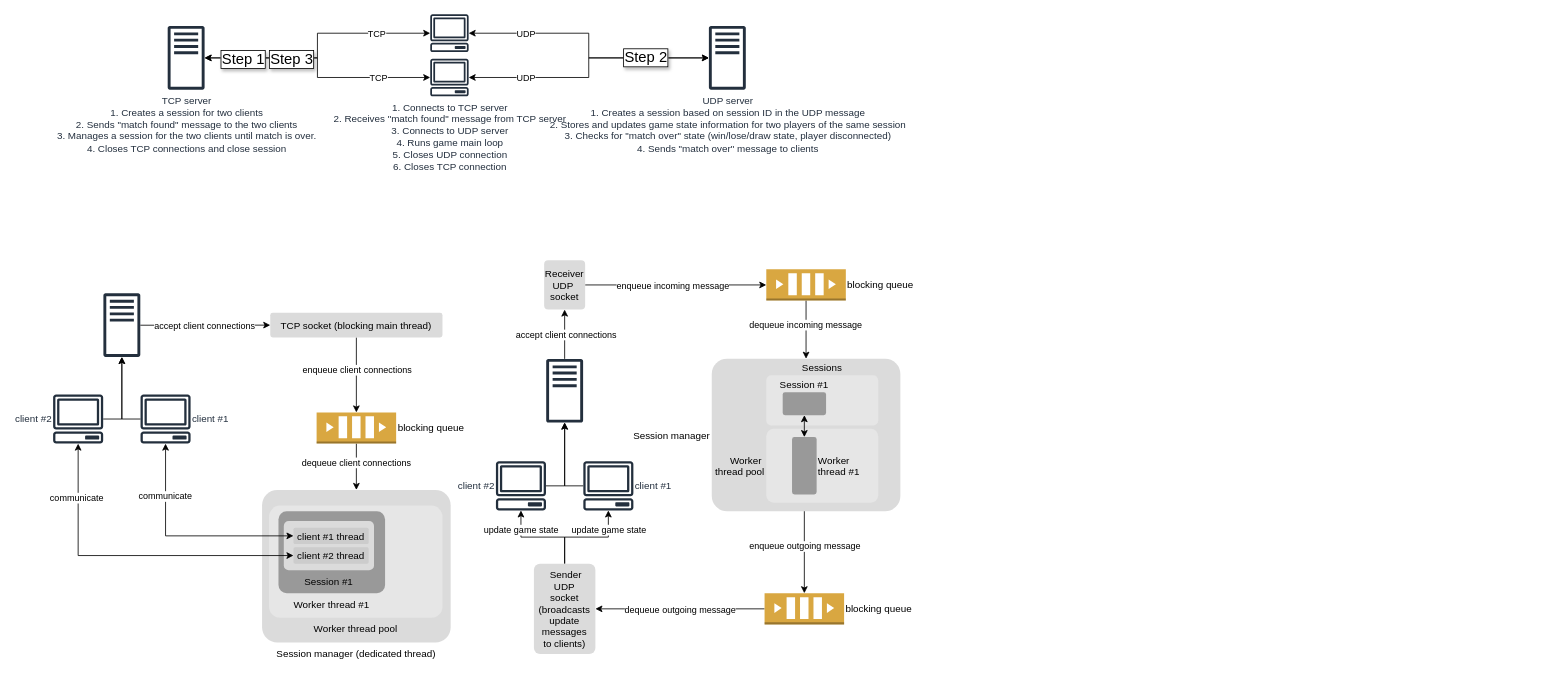
This is design.drawio from GUNH003/turbo-disco, a draw.io file, before an edit. Source tidied: cells renumbered, new cells numbered last; positions are measured from the earlier drawing's top-left corner, leaving out a move shared by most shapes. Both pictures are drawn from the tidied source at 82%, with x=0, y=0 at pixel (52, 14).
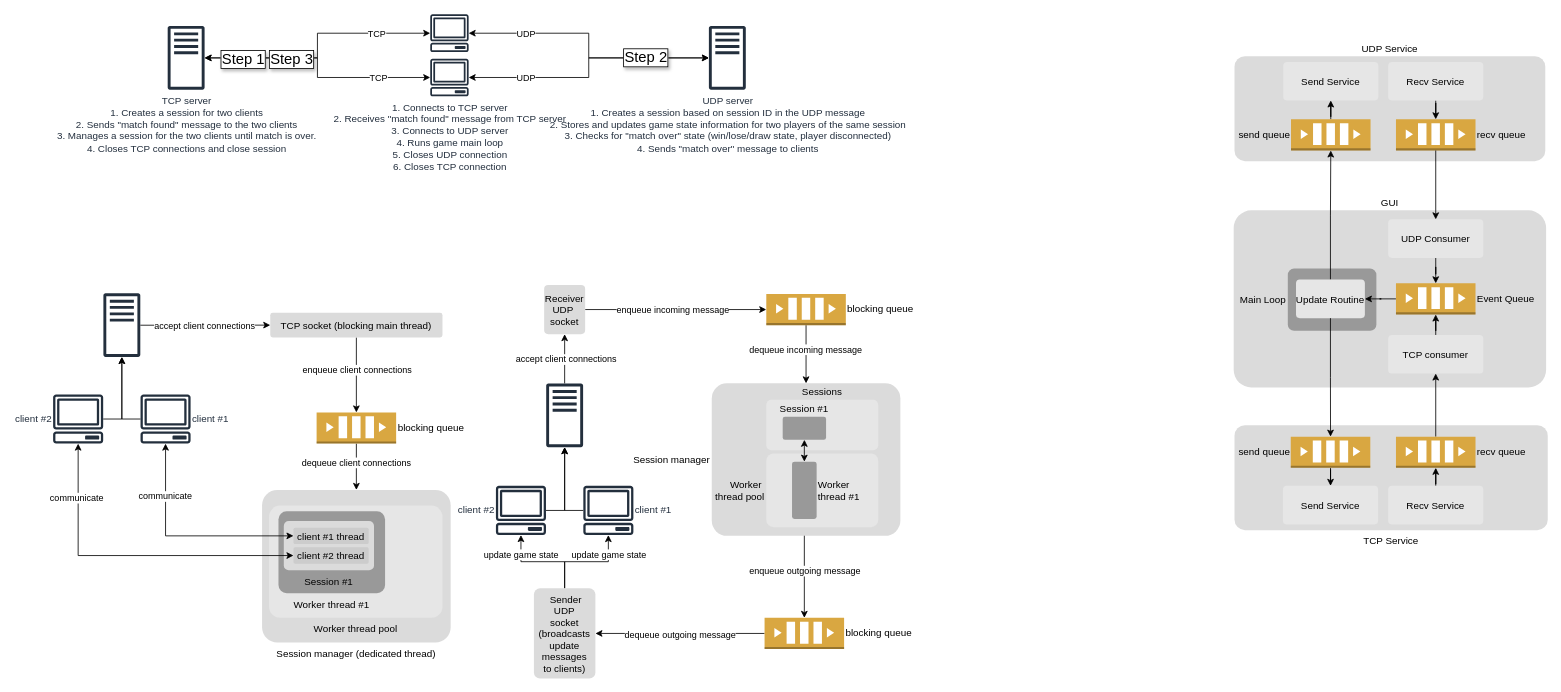
Above is the later version.

What changed in the source:
```diff
@@
     <mxCell id="44" style="group;" parent="1" vertex="1">
-      <mxGeometry x="540" y="300" width="493.5" height="470" as="geometry" />
+      <mxGeometry x="540" y="330" width="493.5" height="470" as="geometry" />
     </mxCell>
@@
+    <mxCell id="76" style="group;" parent="1" vertex="1">
+      <mxGeometry x="1440" y="51" width="383" height="578" as="geometry" />
+    </mxCell>
+    <mxCell id="77" value="UDP Service" style="rounded=1;arcSize=10;strokeColor=none;fillColor=#DBDBDB;gradientColor=none;labelPosition=center;verticalLabelPosition=top;align=center;verticalAlign=bottom;" parent="76" vertex="1">
+      <mxGeometry x="1" width="379" height="128" as="geometry" />
+    </mxCell>
+    <mxCell id="78" value="recv queue" style="outlineConnect=0;dashed=0;verticalLabelPosition=middle;verticalAlign=middle;align=left;html=1;shape=mxgraph.aws3.queue;fillColor=#D9A741;gradientColor=none;labelPosition=right;" parent="76" vertex="1">
+      <mxGeometry x="197.9" y="77" width="97" height="38" as="geometry" />
+    </mxCell>
+    <mxCell id="79" style="edgeStyle=orthogonalEdgeStyle;rounded=0;jettySize=auto;html=1;" parent="76" edge="1" source="80" target="81">
+      <mxGeometry relative="1" as="geometry" />
+    </mxCell>
+    <mxCell id="80" value="send queue" style="outlineConnect=0;dashed=0;verticalLabelPosition=middle;verticalAlign=middle;align=right;html=1;shape=mxgraph.aws3.queue;fillColor=#D9A741;gradientColor=none;labelPosition=left;" parent="76" vertex="1">
+      <mxGeometry x="69.9" y="77" width="97" height="38" as="geometry" />
+    </mxCell>
+    <mxCell id="81" value="Send Service" style="rounded=1;arcSize=10;strokeColor=none;fillColor=#E6E6E6;gradientColor=none;labelPosition=center;verticalLabelPosition=middle;align=center;verticalAlign=middle;" parent="76" vertex="1">
+      <mxGeometry x="60.4" y="7" width="116" height="47" as="geometry" />
+    </mxCell>
+    <mxCell id="82" style="edgeStyle=orthogonalEdgeStyle;rounded=0;jettySize=auto;html=1;" parent="76" edge="1" source="83" target="78">
+      <mxGeometry relative="1" as="geometry" />
+    </mxCell>
+    <mxCell id="83" value="Recv Service" style="rounded=1;arcSize=10;strokeColor=none;fillColor=#E6E6E6;gradientColor=none;labelPosition=center;verticalLabelPosition=middle;align=center;verticalAlign=middle;" parent="76" vertex="1">
+      <mxGeometry x="188.4" y="7" width="116" height="47" as="geometry" />
+    </mxCell>
+    <mxCell id="84" value="GUI" style="rounded=1;arcSize=10;strokeColor=none;fillColor=#DBDBDB;gradientColor=none;labelPosition=center;verticalLabelPosition=top;align=center;verticalAlign=bottom;" parent="76" vertex="1">
+      <mxGeometry y="188" width="381" height="216" as="geometry" />
+    </mxCell>
+    <mxCell id="85" value="Main Loop" style="rounded=1;arcSize=10;strokeColor=none;fillColor=#999999;gradientColor=none;labelPosition=left;verticalLabelPosition=middle;align=right;verticalAlign=middle;" parent="76" vertex="1">
+      <mxGeometry x="66" y="259" width="108" height="76" as="geometry" />
+    </mxCell>
+    <mxCell id="86" style="edgeStyle=orthogonalEdgeStyle;rounded=0;jettySize=auto;html=1;" parent="76" edge="1" source="87" target="89">
+      <mxGeometry relative="1" as="geometry" />
+    </mxCell>
+    <mxCell id="87" value="Event Queue" style="outlineConnect=0;dashed=0;verticalLabelPosition=middle;verticalAlign=middle;align=left;html=1;shape=mxgraph.aws3.queue;fillColor=#D9A741;gradientColor=none;labelPosition=right;" parent="76" vertex="1">
+      <mxGeometry x="197.9" y="277" width="97" height="38" as="geometry" />
+    </mxCell>
+    <mxCell id="88" style="edgeStyle=orthogonalEdgeStyle;rounded=0;jettySize=auto;html=1;" parent="76" edge="1" source="89" target="80">
+      <mxGeometry relative="1" as="geometry" />
+    </mxCell>
+    <mxCell id="89" value="Update Routine" style="rounded=1;arcSize=10;strokeColor=none;fillColor=#E6E6E6;gradientColor=none;labelPosition=center;verticalLabelPosition=middle;align=center;verticalAlign=middle;" parent="76" vertex="1">
+      <mxGeometry x="76" y="272.5" width="84" height="47" as="geometry" />
+    </mxCell>
+    <mxCell id="90" value="TCP Service" style="rounded=1;arcSize=10;strokeColor=none;fillColor=#DBDBDB;gradientColor=none;labelPosition=center;verticalLabelPosition=bottom;align=center;verticalAlign=top;" parent="76" vertex="1">
+      <mxGeometry x="1" y="450" width="382" height="128" as="geometry" />
+    </mxCell>
+    <mxCell id="91" style="edgeStyle=orthogonalEdgeStyle;rounded=0;jettySize=auto;html=1;" parent="76" edge="1" source="92" target="102">
+      <mxGeometry relative="1" as="geometry" />
+    </mxCell>
+    <mxCell id="92" value="recv queue" style="outlineConnect=0;dashed=0;verticalLabelPosition=middle;verticalAlign=middle;align=left;html=1;shape=mxgraph.aws3.queue;fillColor=#D9A741;gradientColor=none;labelPosition=right;" parent="76" vertex="1">
+      <mxGeometry x="197.9" y="464" width="97" height="38" as="geometry" />
+    </mxCell>
+    <mxCell id="93" style="edgeStyle=orthogonalEdgeStyle;rounded=0;jettySize=auto;html=1;" parent="76" edge="1" source="94" target="95">
+      <mxGeometry relative="1" as="geometry" />
+    </mxCell>
+    <mxCell id="94" value="send queue" style="outlineConnect=0;dashed=0;verticalLabelPosition=middle;verticalAlign=middle;align=right;html=1;shape=mxgraph.aws3.queue;fillColor=#D9A741;gradientColor=none;labelPosition=left;" parent="76" vertex="1">
+      <mxGeometry x="69.6" y="464" width="97" height="38" as="geometry" />
+    </mxCell>
+    <mxCell id="95" value="Send Service" style="rounded=1;arcSize=10;strokeColor=none;fillColor=#E6E6E6;gradientColor=none;labelPosition=center;verticalLabelPosition=middle;align=center;verticalAlign=middle;" parent="76" vertex="1">
+      <mxGeometry x="60.1" y="524" width="116" height="47" as="geometry" />
+    </mxCell>
+    <mxCell id="96" style="edgeStyle=orthogonalEdgeStyle;rounded=0;jettySize=auto;html=1;" parent="76" edge="1" source="97" target="92">
+      <mxGeometry relative="1" as="geometry" />
+    </mxCell>
+    <mxCell id="97" value="Recv Service" style="rounded=1;arcSize=10;strokeColor=none;fillColor=#E6E6E6;gradientColor=none;labelPosition=center;verticalLabelPosition=middle;align=center;verticalAlign=middle;" parent="76" vertex="1">
+      <mxGeometry x="188.4" y="524" width="116" height="47" as="geometry" />
+    </mxCell>
+    <mxCell id="98" style="edgeStyle=orthogonalEdgeStyle;rounded=0;jettySize=auto;html=1;" parent="76" edge="1" source="89" target="94">
+      <mxGeometry relative="1" as="geometry" />
+    </mxCell>
+    <mxCell id="99" style="edgeStyle=orthogonalEdgeStyle;rounded=0;jettySize=auto;html=1;" parent="76" edge="1" source="100" target="87">
+      <mxGeometry relative="1" as="geometry" />
+    </mxCell>
+    <mxCell id="100" value="UDP Consumer" style="rounded=1;arcSize=10;strokeColor=none;fillColor=#E6E6E6;gradientColor=none;labelPosition=center;verticalLabelPosition=middle;align=center;verticalAlign=middle;" parent="76" vertex="1">
+      <mxGeometry x="188.4" y="199" width="116" height="47" as="geometry" />
+    </mxCell>
+    <mxCell id="101" style="edgeStyle=orthogonalEdgeStyle;rounded=0;jettySize=auto;html=1;" parent="76" edge="1" source="102" target="87">
+      <mxGeometry relative="1" as="geometry" />
+    </mxCell>
+    <mxCell id="102" value="TCP consumer" style="rounded=1;arcSize=10;strokeColor=none;fillColor=#E6E6E6;gradientColor=none;labelPosition=center;verticalLabelPosition=middle;align=center;verticalAlign=middle;" parent="76" vertex="1">
+      <mxGeometry x="188.4" y="340" width="116" height="47" as="geometry" />
+    </mxCell>
+    <mxCell id="103" style="edgeStyle=orthogonalEdgeStyle;rounded=0;jettySize=auto;html=1;" parent="76" edge="1" source="78" target="100">
+      <mxGeometry relative="1" as="geometry" />
+    </mxCell>
```
